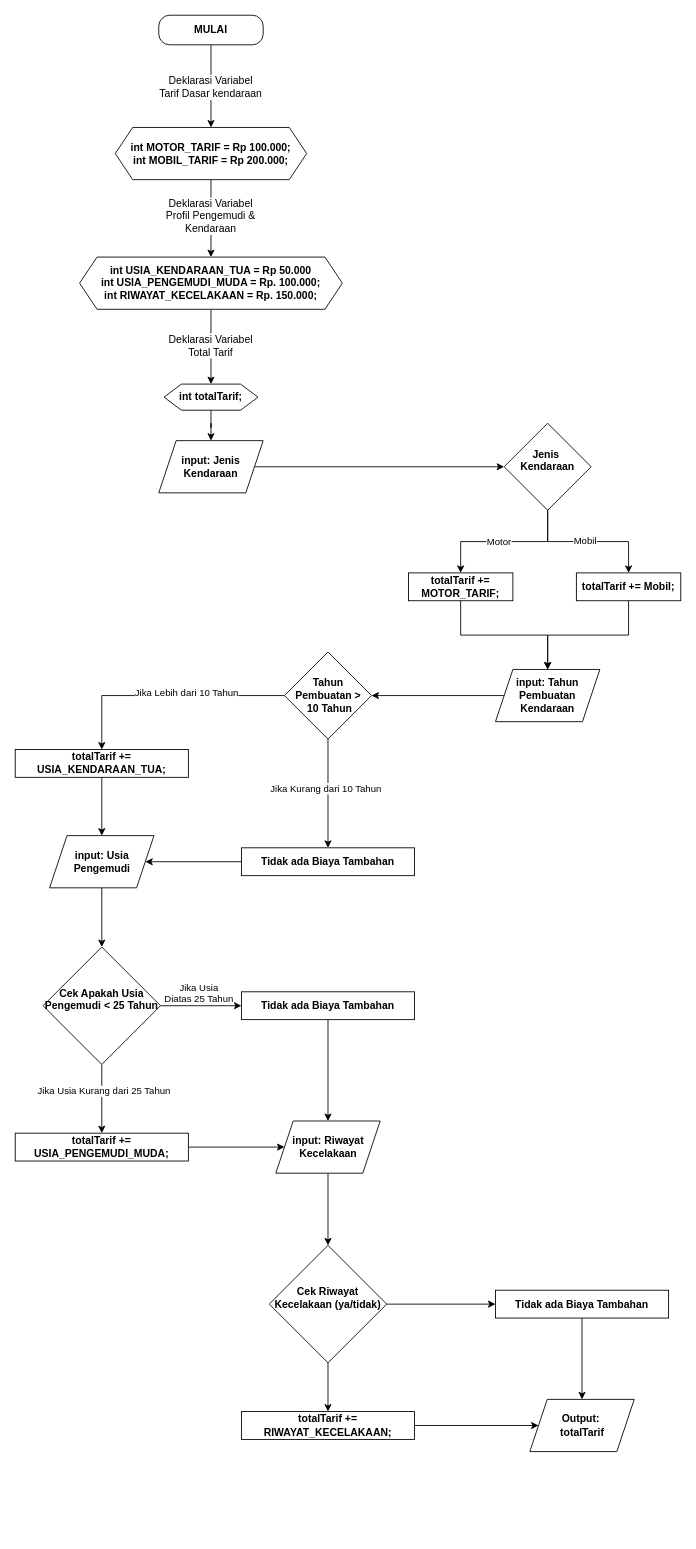
Before: TugasPraktikum.drawio in rulshrm/Praktikum-Algoritma-dan-Pemrograman-1, a draw.io diagram. Source tidied: cells renumbered, new cells numbered last; positions are measured from the earlier drawing's top-left corner, leaving out a move shared by most shapes. Both pictures are drawn from the tidied source at 87%, with x=0, y=0 at pixel (15, 15).
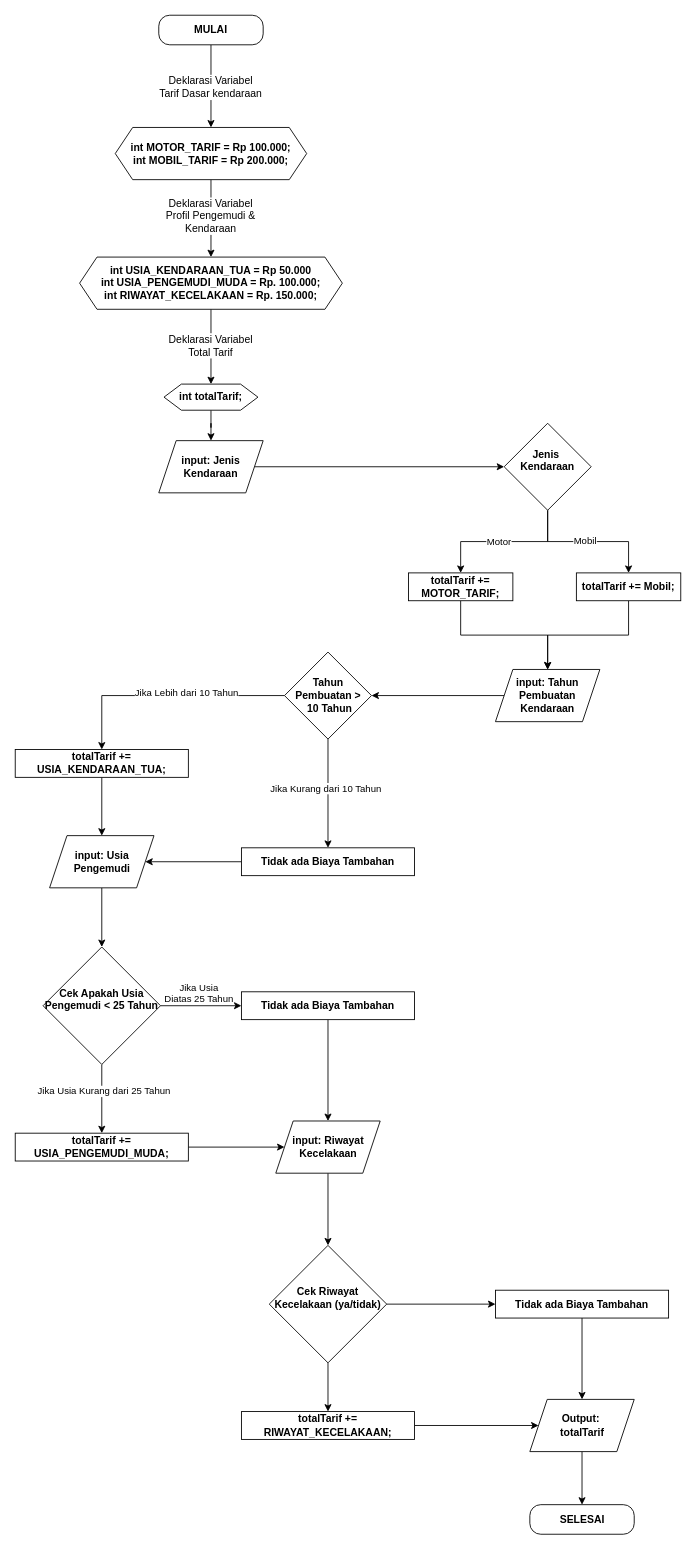
Above is the later version.

Commit message (it also covers changes not shown here):
Add Tugas2 and Tugas3 classes for vehicle administration tests; remove old implementations

The change refers to these unchanged cells:
```xml
<mxCell id="28" value="&lt;span style=&quot;font-weight: 700;&quot;&gt;Output:&amp;nbsp;&lt;/span&gt;&lt;div&gt;&lt;b&gt;totalTarif&lt;/b&gt;&lt;/div&gt;" style="shape=parallelogram;perimeter=parallelogramPerimeter;whiteSpace=wrap;html=1;fixedSize=1;" parent="1" vertex="1">
  <mxGeometry x="591.5" y="1591" width="120" height="60" as="geometry" />
</mxCell>
```

Change to the diagram source:
```diff
@@
+    <mxCell id="56" style="edgeStyle=none;html=1;" parent="1" edge="1" source="28" target="57">
+      <mxGeometry relative="1" as="geometry" />
+    </mxCell>
@@
+    <mxCell id="57" value="&lt;b&gt;SELESAI&lt;/b&gt;" style="rounded=1;whiteSpace=wrap;html=1;arcSize=37;" parent="1" vertex="1">
+      <mxGeometry x="591.5" y="1712" width="120" height="34" as="geometry" />
+    </mxCell>
```
